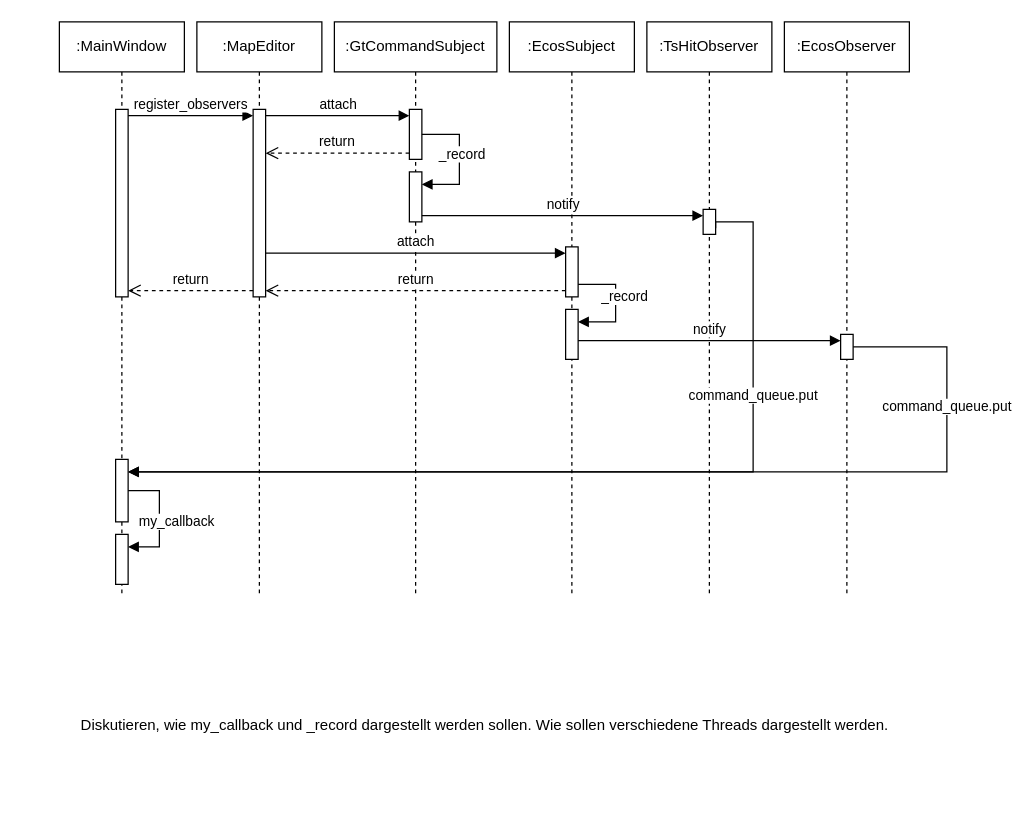
This is procedural/trainswitch_hit.drawio from pascalreiss/draw_io_stuff, a draw.io file, before an edit. Source tidied: cells renumbered, new cells numbered last; positions are measured from the earlier drawing's top-left corner, leaving out a move shared by most shapes. Both pictures are drawn from the tidied source at 125%, with x=0, y=0 at pixel (59, 21).
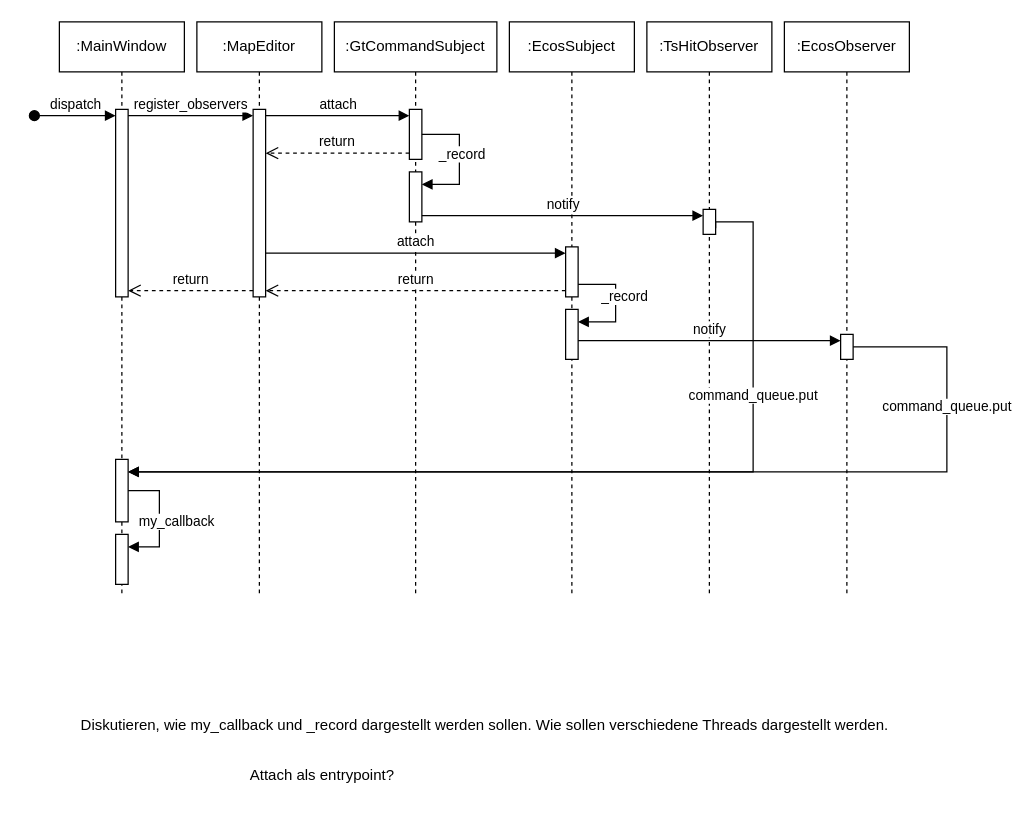
The same diagram, later.

Commit message:
added further note

The change refers to these unchanged cells:
```xml
<mxCell id="3" style="html=1;points=[[0,0,0,0,5],[0,1,0,0,-5],[1,0,0,0,5],[1,1,0,0,-5]];perimeter=orthogonalPerimeter;outlineConnect=0;targetShapes=umlLifeline;portConstraint=eastwest;newEdgeStyle={&quot;curved&quot;:0,&quot;rounded&quot;:0};" parent="2" vertex="1">
  <mxGeometry x="45" y="70" width="10" height="150" as="geometry" />
</mxCell>
```

Change to the diagram source:
```diff
@@
+    <mxCell id="34" value="dispatch" style="html=1;verticalAlign=bottom;startArrow=oval;startFill=1;endArrow=block;startSize=8;curved=0;rounded=0;entryX=0;entryY=0;entryDx=0;entryDy=5;entryPerimeter=0;" parent="1" edge="1" target="3">
+      <mxGeometry relative="1" as="geometry">
+        <mxPoint x="-20" y="75" as="sourcePoint" />
+      </mxGeometry>
+    </mxCell>
+    <mxCell id="35" value="Attach als entrypoint?" style="text;html=1;align=center;verticalAlign=middle;strokeColor=none;fillColor=none;" parent="1" vertex="1">
+      <mxGeometry x="140" y="588" width="140" height="30" as="geometry" />
+    </mxCell>
```
